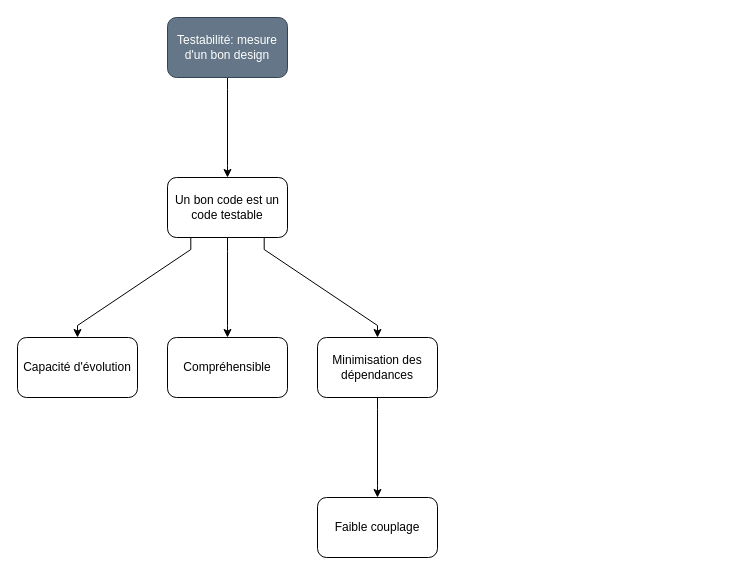
This is page "Tests" (6 of 7) of drawio/tracks.drawio from Envol2023/refactoring, a draw.io file, before an edit. Source tidied: cells renumbered, new cells numbered last; positions are measured from the earlier drawing's top-left corner, leaving out a move shared by most shapes. Both pictures are drawn from the tidied source at 100%, with x=0, y=0 at pixel (17, 17).
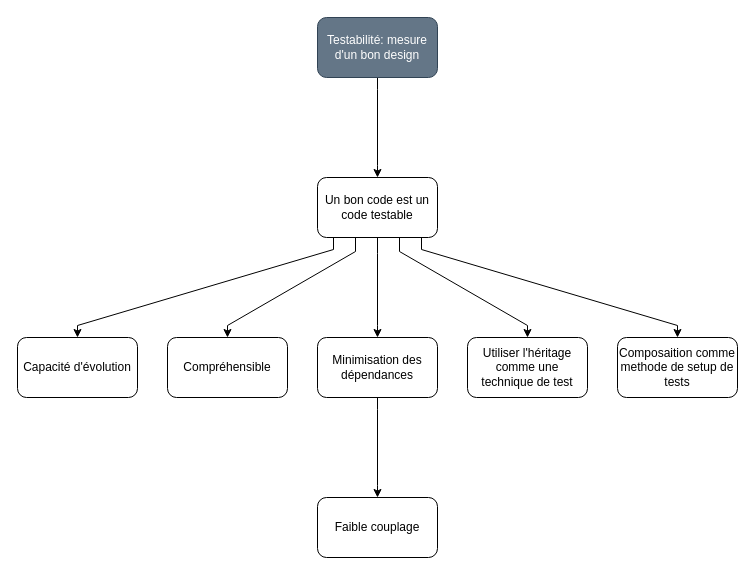
The same diagram, later.

Unchanged cells that the change refers to:
```xml
<mxCell id="8" value="Capacité d'évolution" style="whiteSpace=wrap;html=1;rounded=1;" parent="1" vertex="1">
  <mxGeometry y="320" width="120" height="60" as="geometry" />
</mxCell>
<mxCell id="10" value="Minimisation des dépendances" style="rounded=1;whiteSpace=wrap;html=1;" parent="1" vertex="1">
  <mxGeometry x="300" y="320" width="120" height="60" as="geometry" />
</mxCell>
<mxCell id="11" value="Compréhensible" style="whiteSpace=wrap;html=1;rounded=1;" parent="1" vertex="1">
  <mxGeometry x="150" y="320" width="120" height="60" as="geometry" />
</mxCell>
```

The edit, as a diff of the source:
```diff
@@
     <mxCell id="2" style="edgeStyle=orthogonalEdgeStyle;rounded=0;jettySize=auto;html=1;noEdgeStyle=1;orthogonal=1;" parent="1" edge="1" source="3" target="7">
       <mxGeometry relative="1" as="geometry">
         <Array as="points">
-          <mxPoint x="210" y="72" />
-          <mxPoint x="210" y="148" />
+          <mxPoint x="360" y="72" />
+          <mxPoint x="360" y="148" />
         </Array>
       </mxGeometry>
     </mxCell>
     <mxCell id="3" value="Testabilité: mesure d'un bon design" style="rounded=1;whiteSpace=wrap;html=1;fillColor=#647687;fontColor=#ffffff;strokeColor=#314354;" parent="1" vertex="1">
-      <mxGeometry x="150" width="120" height="60" as="geometry" />
+      <mxGeometry x="300" width="120" height="60" as="geometry" />
     </mxCell>
     <mxCell id="4" style="edgeStyle=orthogonalEdgeStyle;rounded=0;jettySize=auto;html=1;noEdgeStyle=1;orthogonal=1;" parent="1" edge="1" source="7" target="8">
       <mxGeometry relative="1" as="geometry">
         <Array as="points">
-          <mxPoint x="173.3" y="232" />
+          <mxPoint x="316" y="232" />
           <mxPoint x="60" y="308" />
         </Array>
       </mxGeometry>
     </mxCell>
     <mxCell id="5" style="edgeStyle=orthogonalEdgeStyle;rounded=0;jettySize=auto;html=1;noEdgeStyle=1;orthogonal=1;" parent="1" edge="1" source="7" target="11">
       <mxGeometry relative="1" as="geometry">
         <Array as="points">
-          <mxPoint x="210" y="234" />
+          <mxPoint x="338" y="234" />
           <mxPoint x="210" y="308" />
         </Array>
       </mxGeometry>
     </mxCell>
     <mxCell id="6" style="edgeStyle=orthogonalEdgeStyle;rounded=0;jettySize=auto;html=1;noEdgeStyle=1;orthogonal=1;" parent="1" edge="1" source="7" target="10">
       <mxGeometry relative="1" as="geometry">
         <Array as="points">
-          <mxPoint x="246.7" y="232" />
+          <mxPoint x="360" y="236" />
           <mxPoint x="360" y="308" />
         </Array>
       </mxGeometry>
     </mxCell>
+    <mxCell id="13" style="edgeStyle=orthogonalEdgeStyle;rounded=0;jettySize=auto;html=1;noEdgeStyle=1;orthogonal=1;" parent="1" edge="1" source="7" target="15">
+      <mxGeometry relative="1" as="geometry">
+        <Array as="points">
+          <mxPoint x="382" y="234" />
+          <mxPoint x="510" y="308" />
+        </Array>
+      </mxGeometry>
+    </mxCell>
+    <mxCell id="14" style="edgeStyle=orthogonalEdgeStyle;rounded=0;jettySize=auto;html=1;noEdgeStyle=1;orthogonal=1;" parent="1" edge="1" source="7" target="16">
+      <mxGeometry relative="1" as="geometry">
+        <Array as="points">
+          <mxPoint x="404" y="232" />
+          <mxPoint x="660" y="308" />
+        </Array>
+      </mxGeometry>
+    </mxCell>
     <mxCell id="7" value="Un bon code est un code testable" style="whiteSpace=wrap;html=1;rounded=1;" parent="1" vertex="1">
-      <mxGeometry x="150" y="160" width="120" height="60" as="geometry" />
+      <mxGeometry x="300" y="160" width="120" height="60" as="geometry" />
     </mxCell>
@@
+    <mxCell id="15" value="Utiliser l'héritage comme une technique de test" style="rounded=1;whiteSpace=wrap;html=1;" parent="1" vertex="1">
+      <mxGeometry x="450" y="320" width="120" height="60" as="geometry" />
+    </mxCell>
+    <mxCell id="16" value="Composaition comme methode de setup de tests" style="whiteSpace=wrap;html=1;rounded=1;" parent="1" vertex="1">
+      <mxGeometry x="600" y="320" width="120" height="60" as="geometry" />
+    </mxCell>
```
